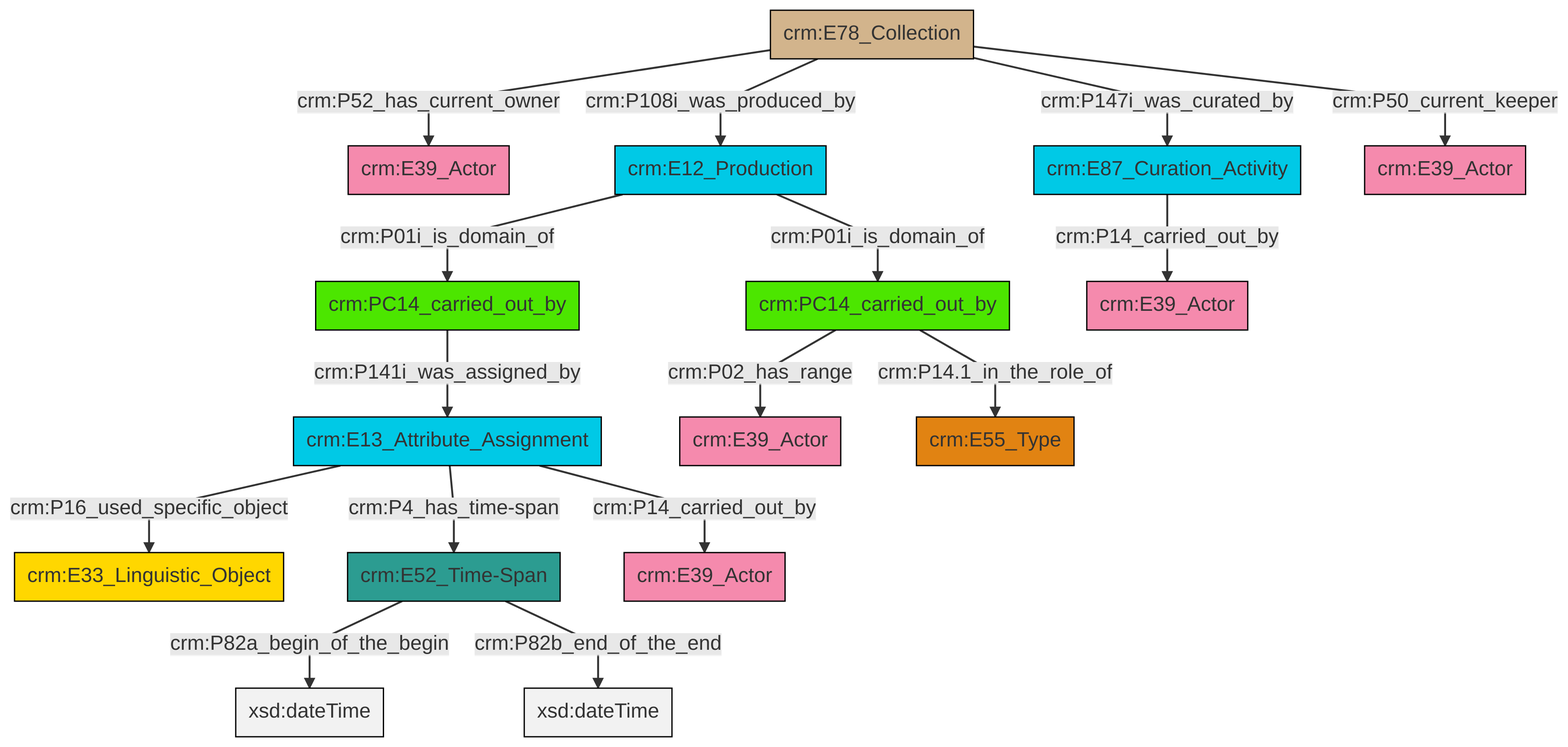
Above: et/archivalCSV/ttl/mmd/png/archival_relation.png in swiss-art-research-net/docs.swissartresearch (Mermaid), before the change. Its source is kept beside it as et/archivalCSV/ttl/mmd/archival_relation.ttl.mmd.
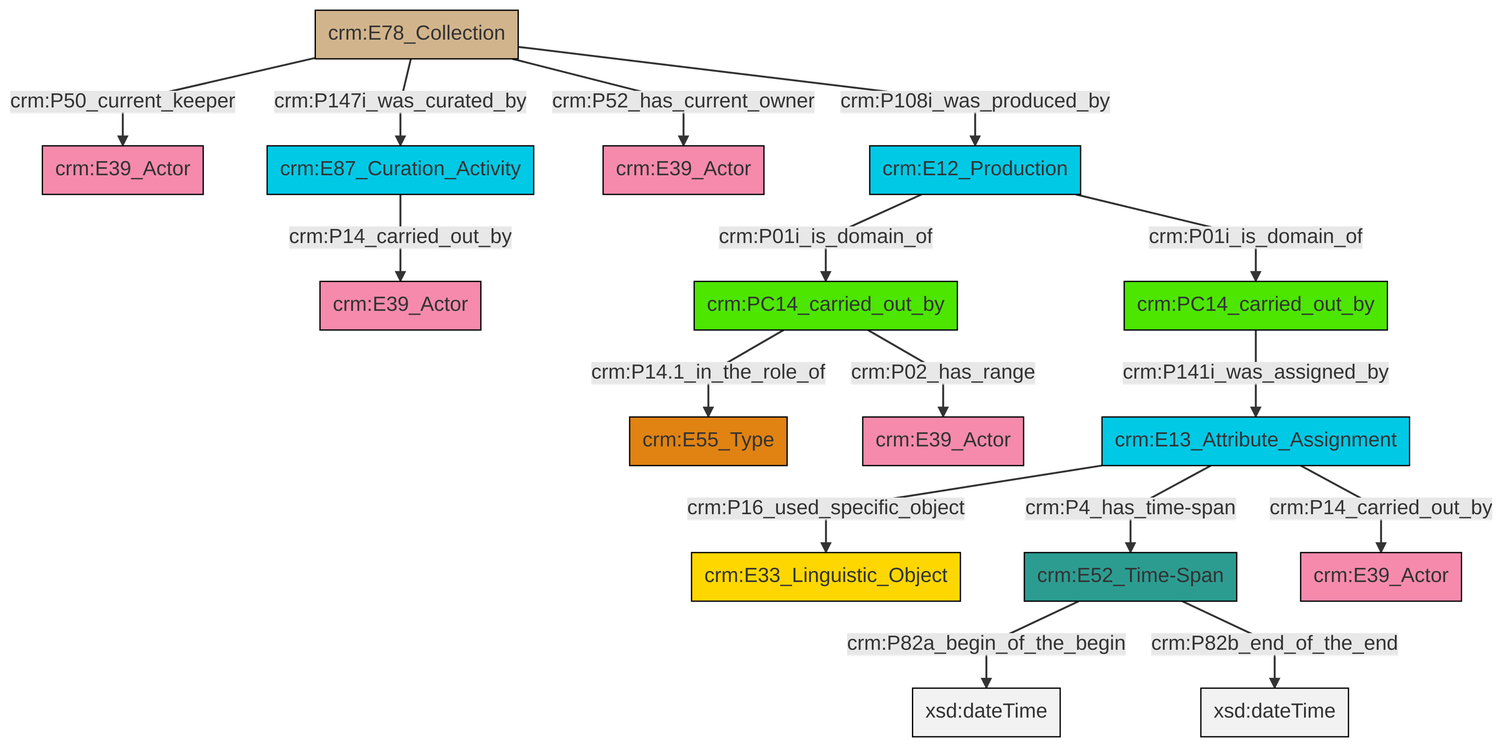
The same file after the commit.

Change to the diagram source:
```diff
@@ -13,18 +13,18 @@
 classDef PC_Classes fill:#4ce600, stroke:#000000;
 classDef Multi fill:#cccccc,stroke:#000000;
 
-8["crm:E78_Collection"]:::Physical_Thing -->|crm:P147i_was_curated_by| 9["crm:E87_Curation_Activity"]:::Temporal_Entity
-6["crm:E52_Time-Span"]:::Time-Span -->|crm:P82a_begin_of_the_begin| 12[xsd:dateTime]:::Literal
-13["crm:PC14_carried_out_by"]:::PC_Classes -->|crm:P02_has_range| 14["crm:E39_Actor"]:::Actor
-10["crm:E13_Attribute_Assignment"]:::Temporal_Entity -->|crm:P4_has_time-span| 6["crm:E52_Time-Span"]:::Time-Span
-6["crm:E52_Time-Span"]:::Time-Span -->|crm:P82b_end_of_the_end| 20[xsd:dateTime]:::Literal
-9["crm:E87_Curation_Activity"]:::Temporal_Entity -->|crm:P14_carried_out_by| 18["crm:E39_Actor"]:::Actor
-8["crm:E78_Collection"]:::Physical_Thing -->|crm:P108i_was_produced_by| 15["crm:E12_Production"]:::Temporal_Entity
-10["crm:E13_Attribute_Assignment"]:::Temporal_Entity -->|crm:P14_carried_out_by| 22["crm:E39_Actor"]:::Actor
-4["crm:PC14_carried_out_by"]:::PC_Classes -->|crm:P141i_was_assigned_by| 10["crm:E13_Attribute_Assignment"]:::Temporal_Entity
-10["crm:E13_Attribute_Assignment"]:::Temporal_Entity -->|crm:P16_used_specific_object| 2["crm:E33_Linguistic_Object"]:::Conceptual_Object
-15["crm:E12_Production"]:::Temporal_Entity -->|crm:P01i_is_domain_of| 4["crm:PC14_carried_out_by"]:::PC_Classes
-8["crm:E78_Collection"]:::Physical_Thing -->|crm:P52_has_current_owner| 0["crm:E39_Actor"]:::Actor
-8["crm:E78_Collection"]:::Physical_Thing -->|crm:P50_current_keeper| 27["crm:E39_Actor"]:::Actor
-13["crm:PC14_carried_out_by"]:::PC_Classes -->|crm:P14.1_in_the_role_of| 25["crm:E55_Type"]:::Type
-15["crm:E12_Production"]:::Temporal_Entity -->|crm:P01i_is_domain_of| 13["crm:PC14_carried_out_by"]:::PC_Classes
+0["crm:E13_Attribute_Assignment"]:::Temporal_Entity -->|crm:P16_used_specific_object| 1["crm:E33_Linguistic_Object"]:::Conceptual_Object
+0["crm:E13_Attribute_Assignment"]:::Temporal_Entity -->|crm:P4_has_time-span| 2["crm:E52_Time-Span"]:::Time-Span
+4["crm:PC14_carried_out_by"]:::PC_Classes -->|crm:P141i_was_assigned_by| 0["crm:E13_Attribute_Assignment"]:::Temporal_Entity
+0["crm:E13_Attribute_Assignment"]:::Temporal_Entity -->|crm:P14_carried_out_by| 8["crm:E39_Actor"]:::Actor
+2["crm:E52_Time-Span"]:::Time-Span -->|crm:P82a_begin_of_the_begin| 13[xsd:dateTime]:::Literal
+21["crm:E12_Production"]:::Temporal_Entity -->|crm:P01i_is_domain_of| 11["crm:PC14_carried_out_by"]:::PC_Classes
+11["crm:PC14_carried_out_by"]:::PC_Classes -->|crm:P14.1_in_the_role_of| 5["crm:E55_Type"]:::Type
+18["crm:E78_Collection"]:::Physical_Thing -->|crm:P50_current_keeper| 22["crm:E39_Actor"]:::Actor
+18["crm:E78_Collection"]:::Physical_Thing -->|crm:P147i_was_curated_by| 16["crm:E87_Curation_Activity"]:::Temporal_Entity
+16["crm:E87_Curation_Activity"]:::Temporal_Entity -->|crm:P14_carried_out_by| 9["crm:E39_Actor"]:::Actor
+2["crm:E52_Time-Span"]:::Time-Span -->|crm:P82b_end_of_the_end| 25[xsd:dateTime]:::Literal
+18["crm:E78_Collection"]:::Physical_Thing -->|crm:P52_has_current_owner| 14["crm:E39_Actor"]:::Actor
+18["crm:E78_Collection"]:::Physical_Thing -->|crm:P108i_was_produced_by| 21["crm:E12_Production"]:::Temporal_Entity
+21["crm:E12_Production"]:::Temporal_Entity -->|crm:P01i_is_domain_of| 4["crm:PC14_carried_out_by"]:::PC_Classes
+11["crm:PC14_carried_out_by"]:::PC_Classes -->|crm:P02_has_range| 23["crm:E39_Actor"]:::Actor
```
